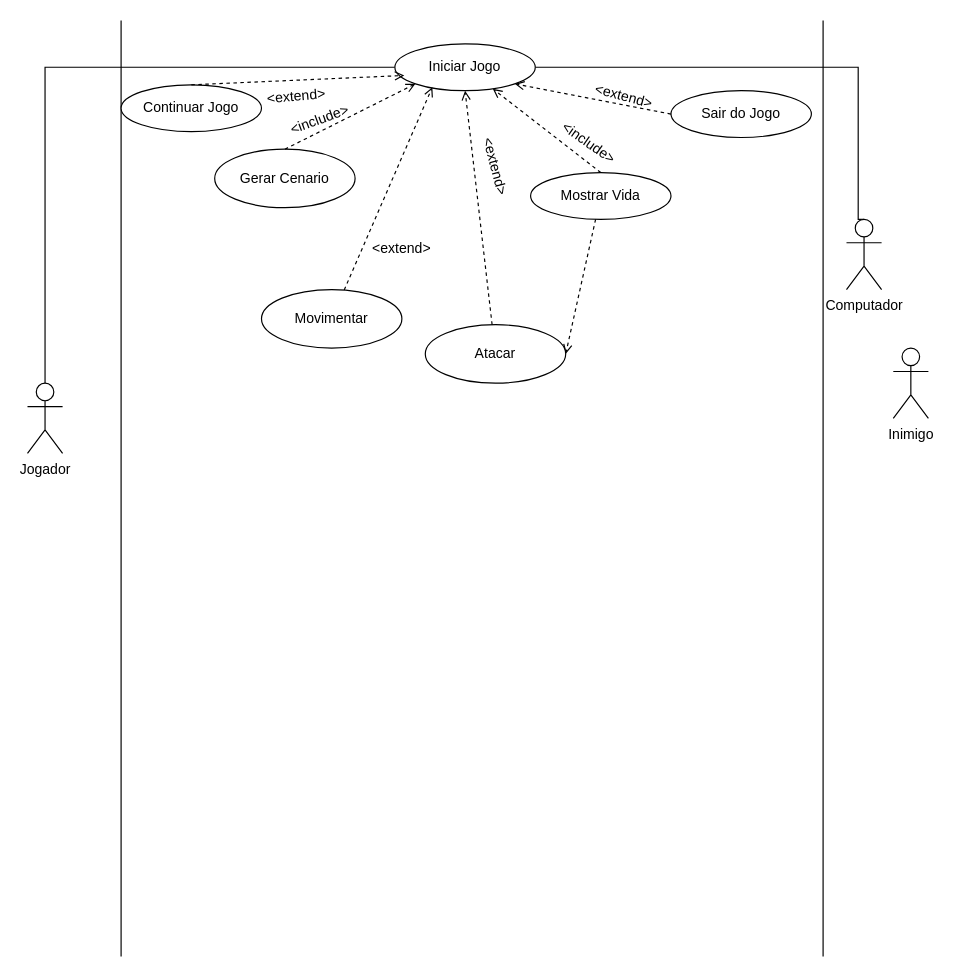
Above: Diagrama sem nome.drawio in yuritelis/atvmusicalp (draw.io), before the change. Source tidied: cells renumbered, new cells numbered last; positions are measured from the earlier drawing's top-left corner, leaving out a move shared by most shapes. Both pictures are drawn from the tidied source at 117%, with x=0, y=0 at pixel (27, 20).
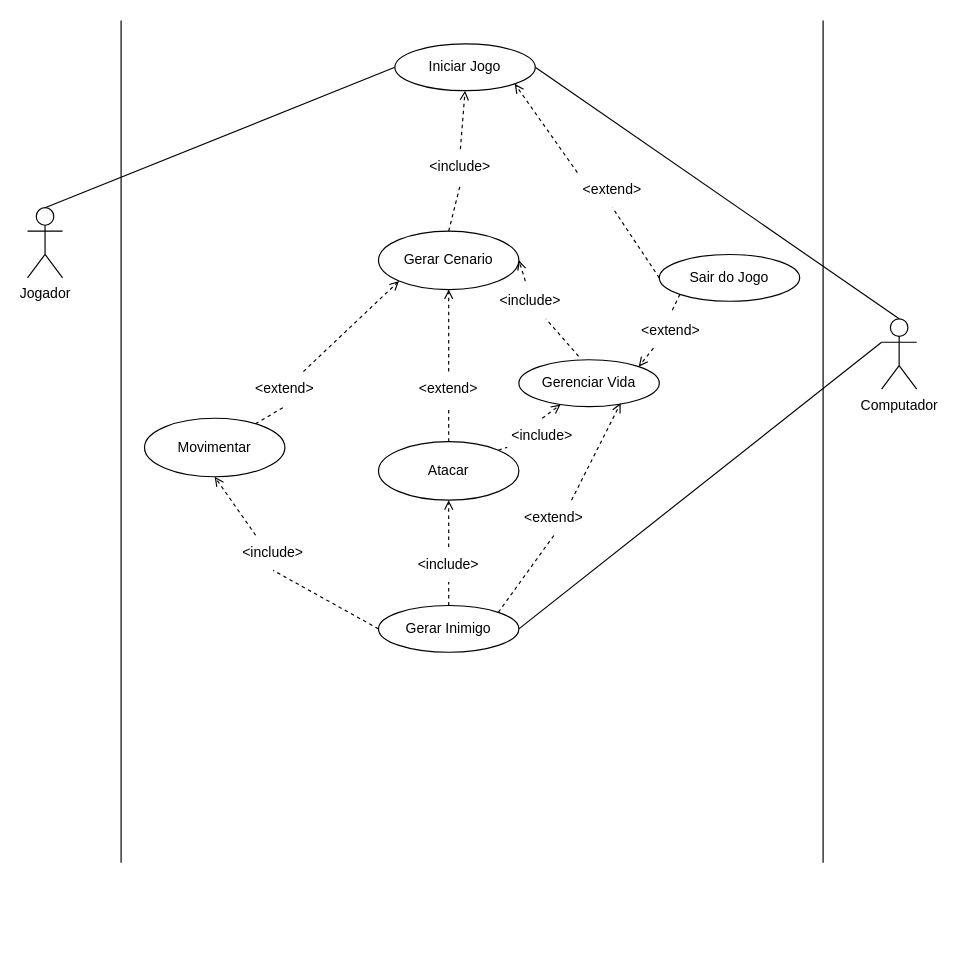
After the change.

Unchanged cells that the change refers to:
```xml
<mxCell id="8" value="Iniciar Jogo" style="ellipse;whiteSpace=wrap;html=1;" parent="1" vertex="1">
  <mxGeometry x="314" y="20" width="120" height="40" as="geometry" />
</mxCell>
```

Change to the diagram source:
```diff
@@
-    <mxCell id="2" style="edgeStyle=orthogonalEdgeStyle;rounded=0;jettySize=auto;html=1;exitX=0.5;exitY=0;exitDx=0;exitDy=0;exitPerimeter=0;entryX=0;entryY=0.5;entryDx=0;entryDy=0;endArrow=none;endFill=0;" parent="1" edge="1" source="3" target="8">
+    <mxCell id="2" style="rounded=0;jettySize=auto;html=1;exitX=0.5;exitY=0;exitDx=0;exitDy=0;exitPerimeter=0;entryX=0;entryY=0.5;entryDx=0;entryDy=0;endArrow=none;endFill=0;" parent="1" edge="1" source="3" target="8">
       <mxGeometry relative="1" as="geometry" />
     </mxCell>
     <mxCell id="3" value="Jogador&lt;br&gt;" style="shape=umlActor;verticalLabelPosition=bottom;verticalAlign=top;html=1;outlineConnect=0;" parent="1" vertex="1">
-      <mxGeometry y="310" width="30" height="60" as="geometry" />
+      <mxGeometry y="160" width="30" height="60" as="geometry" />
     </mxCell>
-    <mxCell id="4" style="edgeStyle=orthogonalEdgeStyle;rounded=0;jettySize=auto;html=1;exitX=0.5;exitY=0;exitDx=0;exitDy=0;exitPerimeter=0;entryX=1;entryY=0.5;entryDx=0;entryDy=0;endArrow=none;endFill=0;" parent="1" edge="1" source="5" target="8">
-      <mxGeometry relative="1" as="geometry">
-        <Array as="points">
-          <mxPoint x="710" y="170" />
-          <mxPoint x="710" y="40" />
-        </Array>
-      </mxGeometry>
+    <mxCell id="4" style="rounded=0;jettySize=auto;html=1;exitX=0.5;exitY=0;exitDx=0;exitDy=0;exitPerimeter=0;entryX=1;entryY=0.5;entryDx=0;entryDy=0;endArrow=none;endFill=0;" parent="1" edge="1" source="5" target="8">
+      <mxGeometry relative="1" as="geometry" />
     </mxCell>
+    <mxCell id="29" style="rounded=0;jettySize=auto;html=1;exitX=0;exitY=0.3333333333333333;exitDx=0;exitDy=0;exitPerimeter=0;entryX=1;entryY=0.5;entryDx=0;entryDy=0;endArrow=none;endFill=0;" parent="1" edge="1" source="5" target="34">
+      <mxGeometry relative="1" as="geometry" />
+    </mxCell>
     <mxCell id="5" value="Computador" style="shape=umlActor;verticalLabelPosition=bottom;verticalAlign=top;html=1;outlineConnect=0;" parent="1" vertex="1">
-      <mxGeometry x="700" y="170" width="30" height="60" as="geometry" />
+      <mxGeometry x="730" y="255" width="30" height="60" as="geometry" />
     </mxCell>
     <mxCell id="6" style="endArrow=none;html=1;rounded=0;" parent="1" edge="1">
       <mxGeometry relative="1" as="geometry">
-        <mxPoint x="80" y="800" as="sourcePoint" />
+        <mxPoint x="80" y="720" as="sourcePoint" />
         <mxPoint x="80" as="targetPoint" />
       </mxGeometry>
     </mxCell>
     <mxCell id="7" style="endArrow=none;html=1;rounded=0;" parent="1" edge="1">
       <mxGeometry relative="1" as="geometry">
-        <mxPoint x="680" y="800" as="sourcePoint" />
+        <mxPoint x="680" y="720" as="sourcePoint" />
         <mxPoint x="680" as="targetPoint" />
       </mxGeometry>
     </mxCell>
@@
-    <mxCell id="9" value="Continuar Jogo" style="ellipse;whiteSpace=wrap;html=1;" parent="1" vertex="1">
-      <mxGeometry x="80" y="55" width="120" height="40" as="geometry" />
-    </mxCell>
-    <mxCell id="10" style="endArrow=open;html=1;rounded=0;exitX=0.5;exitY=0;exitDx=0;exitDy=0;entryX=0.067;entryY=0.675;entryDx=0;entryDy=0;dashed=1;endFill=0;entryPerimeter=0;" parent="1" edge="1" source="9" target="8">
-      <mxGeometry relative="1" as="geometry" />
-    </mxCell>
+    <mxCell id="30" style="rounded=0;jettySize=auto;html=1;exitX=0.25;exitY=1;exitDx=0;exitDy=0;entryX=1;entryY=0;entryDx=0;entryDy=0;dashed=1;endArrow=open;endFill=0;" parent="1" edge="1" source="54" target="18">
+      <mxGeometry relative="1" as="geometry" />
+    </mxCell>
     <mxCell id="11" value="Sair do Jogo" style="ellipse;whiteSpace=wrap;html=1;" parent="1" vertex="1">
-      <mxGeometry x="550" y="60" width="120" height="40" as="geometry" />
+      <mxGeometry x="540" y="200" width="120" height="40" as="geometry" />
     </mxCell>
-    <mxCell id="12" style="endArrow=open;html=1;rounded=0;entryX=1;entryY=1;entryDx=0;entryDy=0;endFill=0;dashed=1;exitX=0;exitY=0.5;exitDx=0;exitDy=0;" parent="1" edge="1" source="11" target="8">
+    <mxCell id="12" style="endArrow=open;html=1;rounded=0;entryX=1;entryY=1;entryDx=0;entryDy=0;endFill=0;dashed=1;exitX=0;exitY=0;exitDx=0;exitDy=0;" parent="1" edge="1" source="16" target="8">
       <mxGeometry relative="1" as="geometry" />
     </mxCell>
     <mxCell id="13" value="Gerar Cenario" style="ellipse;whiteSpace=wrap;html=1;" parent="1" vertex="1">
-      <mxGeometry x="160" y="110" width="120" height="50" as="geometry" />
+      <mxGeometry x="300" y="180" width="120" height="50" as="geometry" />
     </mxCell>
-    <mxCell id="14" style="endArrow=open;html=1;rounded=0;exitX=0.5;exitY=0;exitDx=0;exitDy=0;dashed=1;endFill=0;entryX=0;entryY=1;entryDx=0;entryDy=0;" parent="1" edge="1" source="13" target="8">
-      <mxGeometry relative="1" as="geometry" />
-    </mxCell>
-    <mxCell id="15" value="&amp;lt;extend&amp;gt;" style="text;html=1;strokeColor=none;fillColor=none;align=center;verticalAlign=middle;whiteSpace=wrap;rounded=0;rotation=-5;" parent="1" vertex="1">
-      <mxGeometry x="200" y="50" width="60" height="30" as="geometry" />
-    </mxCell>
-    <mxCell id="16" value="&amp;lt;extend&amp;gt;" style="text;html=1;strokeColor=none;fillColor=none;align=center;verticalAlign=middle;whiteSpace=wrap;rounded=0;rotation=15;" parent="1" vertex="1">
-      <mxGeometry x="480" y="50" width="60" height="30" as="geometry" />
-    </mxCell>
-    <mxCell id="17" style="rounded=0;jettySize=auto;html=1;entryX=1;entryY=0.5;entryDx=0;entryDy=0;endArrow=open;endFill=0;dashed=1;" parent="1" edge="1" source="18" target="25">
+    <mxCell id="17" style="rounded=0;jettySize=auto;html=1;endArrow=open;endFill=0;dashed=1;exitX=0.5;exitY=0;exitDx=0;exitDy=0;" parent="1" edge="1" source="41" target="18">
       <mxGeometry relative="1" as="geometry" />
     </mxCell>
-    <mxCell id="18" value="Mostrar Vida" style="ellipse;whiteSpace=wrap;html=1;" parent="1" vertex="1">
-      <mxGeometry x="430" y="130" width="120" height="40" as="geometry" />
+    <mxCell id="18" value="Gerenciar Vida" style="ellipse;whiteSpace=wrap;html=1;" parent="1" vertex="1">
+      <mxGeometry x="420" y="290" width="120" height="40" as="geometry" />
     </mxCell>
-    <mxCell id="19" style="endArrow=open;html=1;rounded=0;exitX=0.5;exitY=0;exitDx=0;exitDy=0;dashed=1;endFill=0;" parent="1" edge="1" source="18" target="8">
+    <mxCell id="19" style="endArrow=open;html=1;rounded=0;exitX=0.425;exitY=-0.075;exitDx=0;exitDy=0;dashed=1;endFill=0;exitPerimeter=0;entryX=1;entryY=0.5;entryDx=0;entryDy=0;" parent="1" edge="1" source="39" target="13">
       <mxGeometry relative="1" as="geometry" />
     </mxCell>
-    <mxCell id="20" value="&amp;lt;include&amp;gt;" style="text;html=1;strokeColor=none;fillColor=none;align=center;verticalAlign=middle;whiteSpace=wrap;rounded=0;rotation=35;" parent="1" vertex="1">
-      <mxGeometry x="450" y="90" width="60" height="30" as="geometry" />
-    </mxCell>
-    <mxCell id="21" value="Inimigo" style="shape=umlActor;verticalLabelPosition=bottom;verticalAlign=top;html=1;" parent="1" vertex="1">
-      <mxGeometry x="740" y="280" width="30" height="60" as="geometry" />
-    </mxCell>
-    <mxCell id="22" style="rounded=0;jettySize=auto;html=1;entryX=0.267;entryY=0.925;entryDx=0;entryDy=0;entryPerimeter=0;dashed=1;endArrow=open;endFill=0;" parent="1" edge="1" source="23" target="8">
-      <mxGeometry relative="1" as="geometry" />
-    </mxCell>
     <mxCell id="23" value="Movimentar" style="ellipse;whiteSpace=wrap;html=1;" parent="1" vertex="1">
-      <mxGeometry x="200" y="230" width="120" height="50" as="geometry" />
+      <mxGeometry x="100" y="340" width="120" height="50" as="geometry" />
     </mxCell>
-    <mxCell id="24" style="rounded=0;jettySize=auto;html=1;entryX=0.5;entryY=1;entryDx=0;entryDy=0;endArrow=open;endFill=0;dashed=1;" parent="1" edge="1" source="25" target="8">
-      <mxGeometry relative="1" as="geometry" />
-    </mxCell>
     <mxCell id="25" value="Atacar" style="ellipse;whiteSpace=wrap;html=1;" parent="1" vertex="1">
-      <mxGeometry x="340" y="260" width="120" height="50" as="geometry" />
+      <mxGeometry x="300" y="360" width="120" height="50" as="geometry" />
     </mxCell>
-    <mxCell id="26" value="&amp;lt;include&amp;gt;" style="text;html=1;strokeColor=none;fillColor=none;align=center;verticalAlign=middle;whiteSpace=wrap;rounded=0;rotation=-20;" parent="1" vertex="1">
-      <mxGeometry x="220" y="70" width="60" height="30" as="geometry" />
-    </mxCell>
-    <mxCell id="27" value="&amp;lt;extend&amp;gt;" style="text;html=1;strokeColor=none;fillColor=none;align=center;verticalAlign=middle;whiteSpace=wrap;rounded=0;" parent="1" vertex="1">
-      <mxGeometry x="290" y="180" width="60" height="30" as="geometry" />
-    </mxCell>
-    <mxCell id="28" value="&amp;lt;extend&amp;gt;" style="text;html=1;strokeColor=none;fillColor=none;align=center;verticalAlign=middle;whiteSpace=wrap;rounded=0;rotation=75;" parent="1" vertex="1">
-      <mxGeometry x="370" y="110" width="60" height="30" as="geometry" />
-    </mxCell>
+    <mxCell id="31" style="rounded=0;jettySize=auto;html=1;exitX=0.5;exitY=0;exitDx=0;exitDy=0;endArrow=open;endFill=0;dashed=1;" parent="1" edge="1" source="52" target="25">
+      <mxGeometry relative="1" as="geometry" />
+    </mxCell>
+    <mxCell id="32" style="rounded=0;jettySize=auto;html=1;exitX=0.25;exitY=0;exitDx=0;exitDy=0;entryX=0.5;entryY=1;entryDx=0;entryDy=0;dashed=1;endArrow=open;endFill=0;" parent="1" edge="1" source="45" target="23">
+      <mxGeometry relative="1" as="geometry" />
+    </mxCell>
+    <mxCell id="33" style="rounded=0;jettySize=auto;html=1;exitX=0.75;exitY=0;exitDx=0;exitDy=0;entryX=0.725;entryY=0.925;entryDx=0;entryDy=0;entryPerimeter=0;dashed=1;endArrow=open;endFill=0;" parent="1" edge="1" source="56" target="18">
+      <mxGeometry relative="1" as="geometry" />
+    </mxCell>
+    <mxCell id="34" value="Gerar Inimigo" style="ellipse;whiteSpace=wrap;html=1;" parent="1" vertex="1">
+      <mxGeometry x="300" y="500" width="120" height="40" as="geometry" />
+    </mxCell>
+    <mxCell id="35" style="rounded=0;jettySize=auto;html=1;entryX=0.5;entryY=1;entryDx=0;entryDy=0;endArrow=open;endFill=0;dashed=1;" parent="1" edge="1" source="43" target="13">
+      <mxGeometry relative="1" as="geometry" />
+    </mxCell>
+    <mxCell id="36" style="rounded=0;jettySize=auto;html=1;entryX=0;entryY=1;entryDx=0;entryDy=0;dashed=1;endArrow=open;endFill=0;" parent="1" edge="1" source="47" target="13">
+      <mxGeometry relative="1" as="geometry" />
+    </mxCell>
+    <mxCell id="37" style="endArrow=open;html=1;rounded=0;exitX=0.5;exitY=0;exitDx=0;exitDy=0;dashed=1;endFill=0;entryX=0.5;entryY=1;entryDx=0;entryDy=0;" parent="1" edge="1" source="49" target="8">
+      <mxGeometry relative="1" as="geometry" />
+    </mxCell>
+    <mxCell id="38" style="endArrow=none;html=1;rounded=0;exitX=0.425;exitY=-0.075;exitDx=0;exitDy=0;dashed=1;endFill=0;exitPerimeter=0;" parent="1" edge="1" source="18" target="39">
+      <mxGeometry relative="1" as="geometry" />
+    </mxCell>
+    <mxCell id="39" value="&amp;lt;include&amp;gt;" style="text;html=1;strokeColor=none;fillColor=none;align=center;verticalAlign=middle;whiteSpace=wrap;rounded=0;rotation=0;" parent="1" vertex="1">
+      <mxGeometry x="400" y="225" width="60" height="30" as="geometry" />
+    </mxCell>
+    <mxCell id="40" style="rounded=0;jettySize=auto;html=1;endArrow=none;endFill=0;dashed=1;exitX=1;exitY=0;exitDx=0;exitDy=0;" parent="1" edge="1" source="25" target="41">
+      <mxGeometry relative="1" as="geometry" />
+    </mxCell>
+    <mxCell id="41" value="&amp;lt;include&amp;gt;" style="text;html=1;strokeColor=none;fillColor=none;align=center;verticalAlign=middle;whiteSpace=wrap;rounded=0;rotation=0;" parent="1" vertex="1">
+      <mxGeometry x="410" y="340" width="60" height="30" as="geometry" />
+    </mxCell>
+    <mxCell id="42" style="rounded=0;jettySize=auto;html=1;entryX=0.5;entryY=1;entryDx=0;entryDy=0;endArrow=none;endFill=0;dashed=1;" parent="1" edge="1" source="25" target="43">
+      <mxGeometry relative="1" as="geometry" />
+    </mxCell>
+    <mxCell id="43" value="&amp;lt;extend&amp;gt;" style="text;html=1;strokeColor=none;fillColor=none;align=center;verticalAlign=middle;whiteSpace=wrap;rounded=0;rotation=0;" parent="1" vertex="1">
+      <mxGeometry x="330" y="300" width="60" height="30" as="geometry" />
+    </mxCell>
+    <mxCell id="44" style="rounded=0;jettySize=auto;html=1;exitX=0;exitY=0.5;exitDx=0;exitDy=0;entryX=0.5;entryY=1;entryDx=0;entryDy=0;dashed=1;endArrow=none;endFill=0;" parent="1" edge="1" source="34" target="45">
+      <mxGeometry relative="1" as="geometry" />
+    </mxCell>
+    <mxCell id="45" value="&amp;lt;include&amp;gt;" style="text;html=1;strokeColor=none;fillColor=none;align=center;verticalAlign=middle;whiteSpace=wrap;rounded=0;rotation=0;" parent="1" vertex="1">
+      <mxGeometry x="180" y="440" width="60" height="30" as="geometry" />
+    </mxCell>
+    <mxCell id="46" style="rounded=0;jettySize=auto;html=1;entryX=0.5;entryY=1;entryDx=0;entryDy=0;dashed=1;endArrow=none;endFill=0;" parent="1" edge="1" source="23" target="47">
+      <mxGeometry relative="1" as="geometry" />
+    </mxCell>
+    <mxCell id="47" value="&amp;lt;extend&amp;gt;" style="text;html=1;strokeColor=none;fillColor=none;align=center;verticalAlign=middle;whiteSpace=wrap;rounded=0;rotation=0;" parent="1" vertex="1">
+      <mxGeometry x="190" y="300" width="60" height="30" as="geometry" />
+    </mxCell>
+    <mxCell id="48" style="endArrow=none;html=1;rounded=0;exitX=0.5;exitY=0;exitDx=0;exitDy=0;dashed=1;endFill=0;entryX=0.5;entryY=1;entryDx=0;entryDy=0;" parent="1" edge="1" source="13" target="49">
+      <mxGeometry relative="1" as="geometry" />
+    </mxCell>
+    <mxCell id="49" value="&amp;lt;include&amp;gt;" style="text;html=1;strokeColor=none;fillColor=none;align=center;verticalAlign=middle;whiteSpace=wrap;rounded=0;rotation=0;" parent="1" vertex="1">
+      <mxGeometry x="340" y="110" width="60" height="30" as="geometry" />
+    </mxCell>
+    <mxCell id="50" style="endArrow=none;html=1;rounded=0;entryX=0.5;entryY=1;entryDx=0;entryDy=0;endFill=0;dashed=1;exitX=0;exitY=0.5;exitDx=0;exitDy=0;" parent="1" edge="1" source="11" target="16">
+      <mxGeometry relative="1" as="geometry" />
+    </mxCell>
+    <mxCell id="16" value="&amp;lt;extend&amp;gt;" style="text;html=1;strokeColor=none;fillColor=none;align=center;verticalAlign=middle;whiteSpace=wrap;rounded=0;rotation=0;" parent="1" vertex="1">
+      <mxGeometry x="470" y="130" width="60" height="30" as="geometry" />
+    </mxCell>
+    <mxCell id="51" style="rounded=0;jettySize=auto;html=1;exitX=0.5;exitY=0;exitDx=0;exitDy=0;endArrow=none;endFill=0;dashed=1;" parent="1" edge="1" source="34" target="52">
+      <mxGeometry relative="1" as="geometry" />
+    </mxCell>
+    <mxCell id="52" value="&amp;lt;include&amp;gt;" style="text;html=1;strokeColor=none;fillColor=none;align=center;verticalAlign=middle;whiteSpace=wrap;rounded=0;rotation=0;" parent="1" vertex="1">
+      <mxGeometry x="330" y="450" width="60" height="30" as="geometry" />
+    </mxCell>
+    <mxCell id="53" style="rounded=0;jettySize=auto;html=1;exitX=0;exitY=1;exitDx=0;exitDy=0;entryX=0.5;entryY=0;entryDx=0;entryDy=0;dashed=1;endArrow=none;endFill=0;" parent="1" edge="1" source="11" target="54">
+      <mxGeometry relative="1" as="geometry" />
+    </mxCell>
+    <mxCell id="54" value="&amp;lt;extend&amp;gt;" style="text;html=1;strokeColor=none;fillColor=none;align=center;verticalAlign=middle;whiteSpace=wrap;rounded=0;" parent="1" vertex="1">
+      <mxGeometry x="520" y="250" width="60" height="30" as="geometry" />
+    </mxCell>
+    <mxCell id="55" style="rounded=0;jettySize=auto;html=1;exitX=1;exitY=0;exitDx=0;exitDy=0;entryX=0.5;entryY=1;entryDx=0;entryDy=0;dashed=1;endArrow=none;endFill=0;" parent="1" edge="1" source="34" target="56">
+      <mxGeometry relative="1" as="geometry" />
+    </mxCell>
+    <mxCell id="56" value="&amp;lt;extend&amp;gt;" style="text;html=1;strokeColor=none;fillColor=none;align=center;verticalAlign=middle;whiteSpace=wrap;rounded=0;" parent="1" vertex="1">
+      <mxGeometry x="420" y="410" width="60" height="30" as="geometry" />
+    </mxCell>
```
